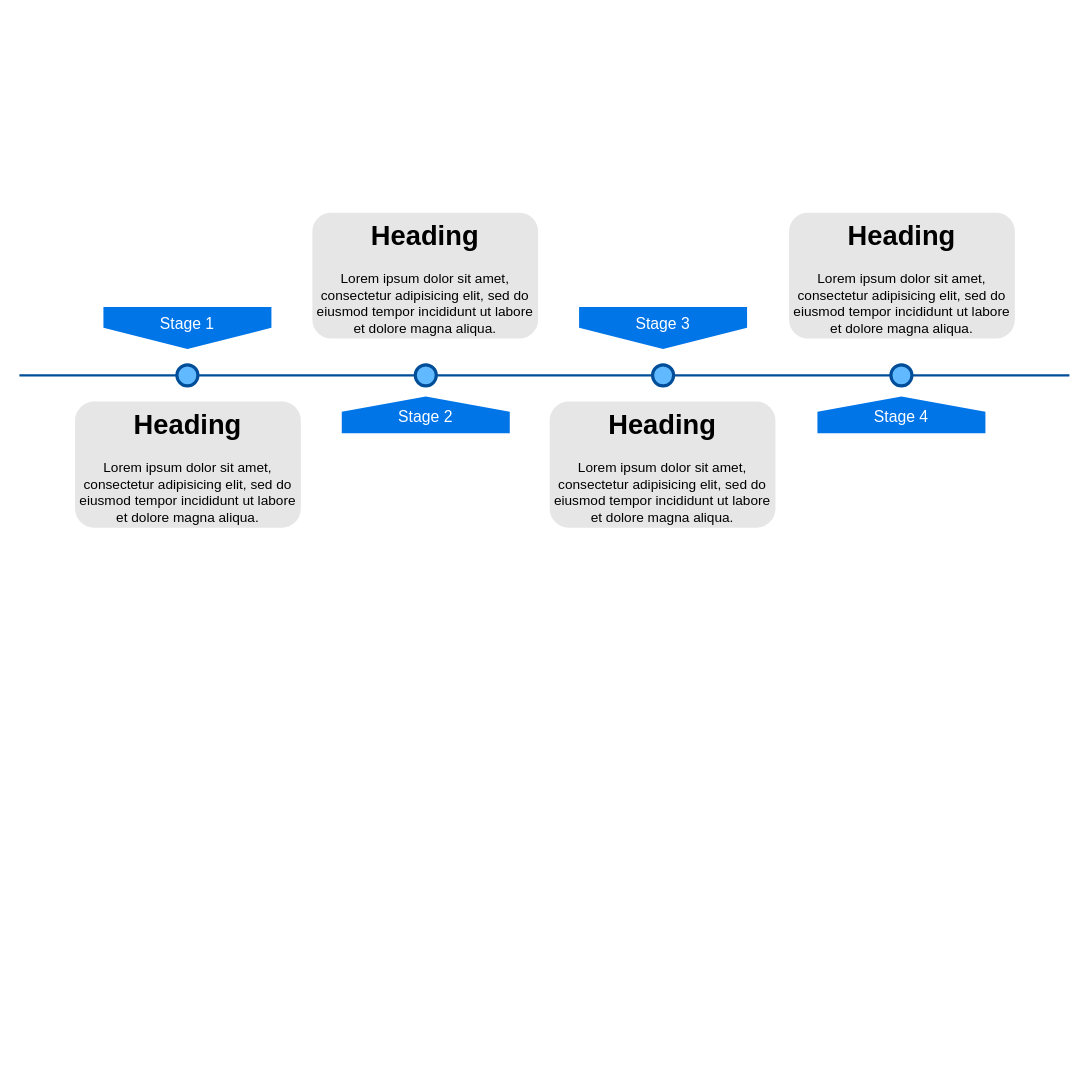
Above: Untitled Diagram.drawio in sangbk1997/Thiet_ke_he_thong (draw.io), before the change. Source tidied: cells renumbered, new cells numbered last; positions are measured from the earlier drawing's top-left corner, leaving out a move shared by most shapes. Both pictures are drawn from the tidied source at 105%, with x=0, y=0 at pixel (19, 212).
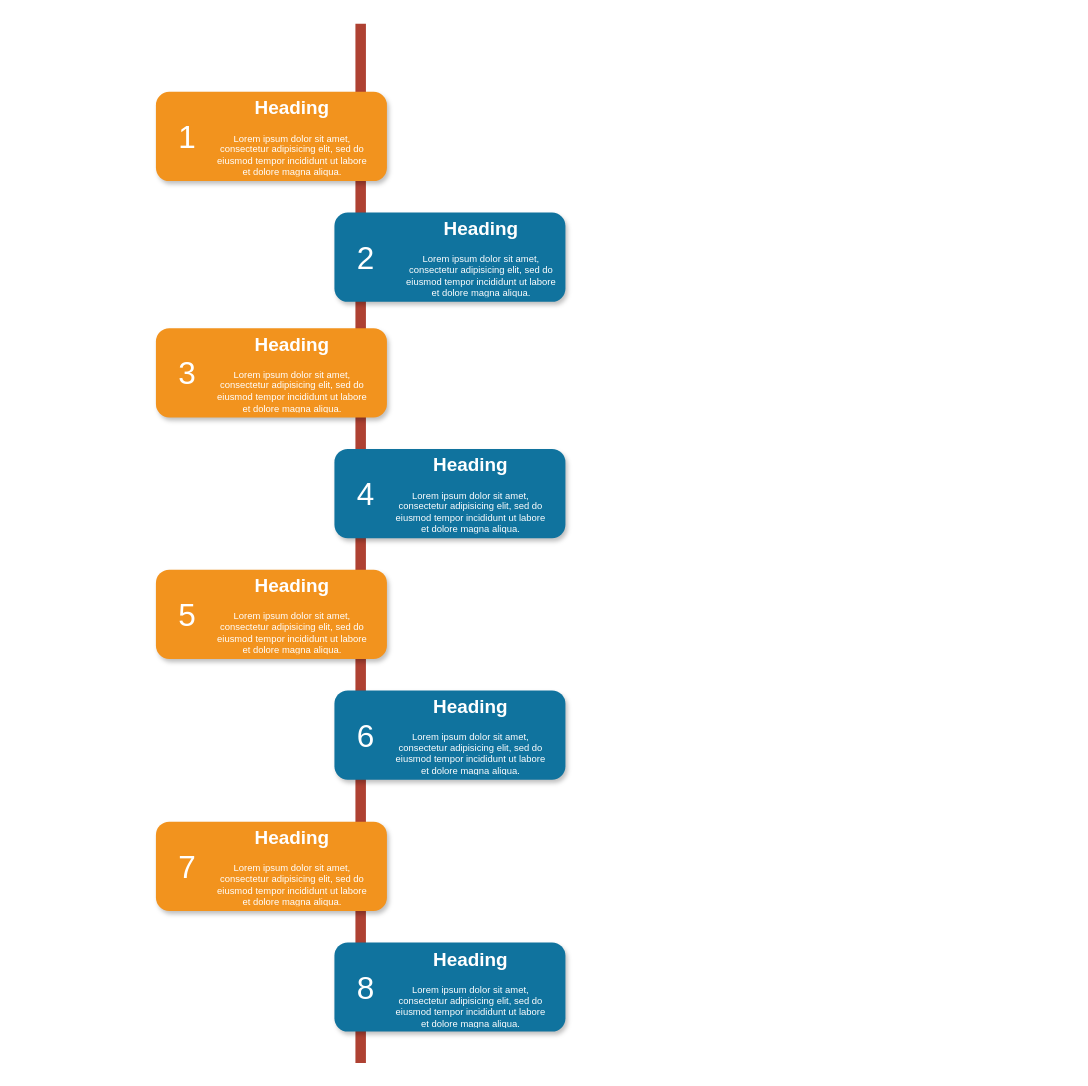
The same diagram, later.

Change to the diagram source:
```diff
@@
-    <mxCell id="2" style="line;strokeWidth=2;html=1;fillColor=none;fontSize=28;fontColor=#004D99;strokeColor=#004D99;" parent="1" vertex="1">
-      <mxGeometry y="150" width="1000" height="10" as="geometry" />
-    </mxCell>
-    <mxCell id="3" value="Stage 1" style="shape=offPageConnector;whiteSpace=wrap;html=1;fillColor=#0075E8;fontSize=15;fontColor=#FFFFFF;size=0.5093750000000015;verticalAlign=top;strokeColor=none;" parent="1" vertex="1">
-      <mxGeometry x="80" y="90" width="160" height="40" as="geometry" />
-    </mxCell>
-    <mxCell id="4" value="&lt;span&gt;Stage 3&lt;/span&gt;" style="shape=offPageConnector;whiteSpace=wrap;html=1;fillColor=#0075E8;fontSize=15;fontColor=#FFFFFF;size=0.5093750000000015;verticalAlign=top;strokeColor=none;" parent="1" vertex="1">
-      <mxGeometry x="533" y="90" width="160" height="40" as="geometry" />
-    </mxCell>
-    <mxCell id="5" value="&lt;span&gt;Stage 2&lt;/span&gt;" style="shape=offPageConnector;whiteSpace=wrap;html=1;fillColor=#0075E8;fontSize=15;fontColor=#FFFFFF;size=0.4178571428571445;flipV=1;verticalAlign=bottom;strokeColor=none;spacingBottom=4;" parent="1" vertex="1">
-      <mxGeometry x="307" y="175" width="160" height="35" as="geometry" />
-    </mxCell>
-    <mxCell id="6" value="&lt;span&gt;Stage 4&lt;/span&gt;" style="shape=offPageConnector;whiteSpace=wrap;html=1;fillColor=#0075E8;fontSize=15;fontColor=#FFFFFF;size=0.4178571428571445;flipV=1;verticalAlign=bottom;strokeColor=none;spacingBottom=4;" parent="1" vertex="1">
-      <mxGeometry x="760" y="175" width="160" height="35" as="geometry" />
-    </mxCell>
-    <mxCell id="7" style="ellipse;whiteSpace=wrap;html=1;fillColor=#61BAFF;fontSize=28;fontColor=#004D99;strokeWidth=3;strokeColor=#004D99;" parent="1" vertex="1">
-      <mxGeometry x="150" y="145" width="20" height="20" as="geometry" />
-    </mxCell>
-    <mxCell id="8" style="ellipse;whiteSpace=wrap;html=1;fillColor=#61BAFF;fontSize=28;fontColor=#004D99;strokeWidth=3;strokeColor=#004D99;" parent="1" vertex="1">
-      <mxGeometry x="377" y="145" width="20" height="20" as="geometry" />
-    </mxCell>
-    <mxCell id="9" style="ellipse;whiteSpace=wrap;html=1;fillColor=#61BAFF;fontSize=28;fontColor=#004D99;strokeWidth=3;strokeColor=#004D99;" parent="1" vertex="1">
-      <mxGeometry x="603" y="145" width="20" height="20" as="geometry" />
-    </mxCell>
-    <mxCell id="10" style="ellipse;whiteSpace=wrap;html=1;fillColor=#61BAFF;fontSize=28;fontColor=#004D99;strokeWidth=3;strokeColor=#004D99;" parent="1" vertex="1">
-      <mxGeometry x="830" y="145" width="20" height="20" as="geometry" />
-    </mxCell>
-    <mxCell id="11" value="&lt;h1&gt;Heading&lt;/h1&gt;&lt;p&gt;Lorem ipsum dolor sit amet, consectetur adipisicing elit, sed do eiusmod tempor incididunt ut labore et dolore magna aliqua.&lt;/p&gt;" style="text;html=1;spacing=5;spacingTop=-20;whiteSpace=wrap;overflow=hidden;strokeColor=none;strokeWidth=3;fillColor=#E6E6E6;fontSize=13;fontColor=#000000;align=center;rounded=1;" parent="1" vertex="1">
-      <mxGeometry x="53" y="180" width="215" height="120" as="geometry" />
-    </mxCell>
-    <mxCell id="12" value="&lt;h1&gt;Heading&lt;/h1&gt;&lt;p&gt;Lorem ipsum dolor sit amet, consectetur adipisicing elit, sed do eiusmod tempor incididunt ut labore et dolore magna aliqua.&lt;/p&gt;" style="text;html=1;spacing=5;spacingTop=-20;whiteSpace=wrap;overflow=hidden;strokeColor=none;strokeWidth=3;fillColor=#E6E6E6;fontSize=13;fontColor=#000000;align=center;rounded=1;" parent="1" vertex="1">
-      <mxGeometry x="279" width="215" height="120" as="geometry" />
-    </mxCell>
-    <mxCell id="13" value="&lt;h1&gt;Heading&lt;/h1&gt;&lt;p&gt;Lorem ipsum dolor sit amet, consectetur adipisicing elit, sed do eiusmod tempor incididunt ut labore et dolore magna aliqua.&lt;/p&gt;" style="text;html=1;spacing=5;spacingTop=-20;whiteSpace=wrap;overflow=hidden;strokeColor=none;strokeWidth=3;fillColor=#E6E6E6;fontSize=13;fontColor=#000000;align=center;rounded=1;" parent="1" vertex="1">
-      <mxGeometry x="505" y="180" width="215" height="120" as="geometry" />
-    </mxCell>
-    <mxCell id="14" value="&lt;h1&gt;Heading&lt;/h1&gt;&lt;p&gt;Lorem ipsum dolor sit amet, consectetur adipisicing elit, sed do eiusmod tempor incididunt ut labore et dolore magna aliqua.&lt;/p&gt;" style="text;html=1;spacing=5;spacingTop=-20;whiteSpace=wrap;overflow=hidden;strokeColor=none;strokeWidth=3;fillColor=#E6E6E6;fontSize=13;fontColor=#000000;align=center;rounded=1;" parent="1" vertex="1">
-      <mxGeometry x="733" width="215" height="120" as="geometry" />
-    </mxCell>
+    <mxCell id="15" style="line;strokeWidth=10;direction=south;html=1;fillColor=none;fontSize=13;fontColor=#000000;align=center;strokeColor=#AE4132;" parent="1" vertex="1">
+      <mxGeometry x="320" y="-180" width="10" height="990" as="geometry" />
+    </mxCell>
+    <mxCell id="16" style="rounded=1;whiteSpace=wrap;html=1;strokeColor=none;strokeWidth=1;fillColor=#F2931E;fontSize=13;fontColor=#FFFFFF;align=center;gradientColor=none;gradientDirection=east;verticalAlign=top;shadow=1;" parent="1" vertex="1">
+      <mxGeometry x="130" y="-115" width="220" height="85" as="geometry" />
+    </mxCell>
+    <mxCell id="17" value="1" style="text;html=1;strokeColor=none;fillColor=none;align=center;verticalAlign=middle;whiteSpace=wrap;fontSize=30;fontColor=#FFFFFF;" parent="1" vertex="1">
+      <mxGeometry x="140" y="-82" width="40" height="20" as="geometry" />
+    </mxCell>
+    <mxCell id="18" style="rounded=1;whiteSpace=wrap;html=1;strokeColor=none;strokeWidth=1;fillColor=#10739E;fontSize=13;fontColor=#FFFFFF;align=center;gradientColor=none;gradientDirection=east;verticalAlign=top;shadow=1;" parent="1" vertex="1">
+      <mxGeometry x="300" width="220" height="85" as="geometry" />
+    </mxCell>
+    <mxCell id="19" value="2" style="text;html=1;strokeColor=none;fillColor=none;align=center;verticalAlign=middle;whiteSpace=wrap;fontSize=30;fontColor=#FFFFFF;" parent="1" vertex="1">
+      <mxGeometry x="310" y="33" width="40" height="20" as="geometry" />
+    </mxCell>
+    <mxCell id="20" style="rounded=1;whiteSpace=wrap;html=1;strokeColor=none;strokeWidth=1;fillColor=#F2931E;fontSize=13;fontColor=#FFFFFF;align=center;gradientColor=none;gradientDirection=east;verticalAlign=top;shadow=1;" parent="1" vertex="1">
+      <mxGeometry x="130" y="110" width="220" height="85" as="geometry" />
+    </mxCell>
+    <mxCell id="21" value="3" style="text;html=1;strokeColor=none;fillColor=none;align=center;verticalAlign=middle;whiteSpace=wrap;fontSize=30;fontColor=#FFFFFF;" parent="1" vertex="1">
+      <mxGeometry x="140" y="143" width="40" height="20" as="geometry" />
+    </mxCell>
+    <mxCell id="22" style="rounded=1;whiteSpace=wrap;html=1;strokeColor=none;strokeWidth=1;fillColor=#10739E;fontSize=13;fontColor=#FFFFFF;align=center;gradientColor=none;gradientDirection=east;verticalAlign=top;shadow=1;" parent="1" vertex="1">
+      <mxGeometry x="300" y="225" width="220" height="85" as="geometry" />
+    </mxCell>
+    <mxCell id="23" value="4" style="text;html=1;strokeColor=none;fillColor=none;align=center;verticalAlign=middle;whiteSpace=wrap;fontSize=30;fontColor=#FFFFFF;" parent="1" vertex="1">
+      <mxGeometry x="310" y="258" width="40" height="20" as="geometry" />
+    </mxCell>
+    <mxCell id="24" style="rounded=1;whiteSpace=wrap;html=1;strokeColor=none;strokeWidth=1;fillColor=#F2931E;fontSize=13;fontColor=#FFFFFF;align=center;gradientColor=none;gradientDirection=east;verticalAlign=top;shadow=1;" parent="1" vertex="1">
+      <mxGeometry x="130" y="340" width="220" height="85" as="geometry" />
+    </mxCell>
+    <mxCell id="25" value="5" style="text;html=1;strokeColor=none;fillColor=none;align=center;verticalAlign=middle;whiteSpace=wrap;fontSize=30;fontColor=#FFFFFF;" parent="1" vertex="1">
+      <mxGeometry x="140" y="373" width="40" height="20" as="geometry" />
+    </mxCell>
+    <mxCell id="26" style="rounded=1;whiteSpace=wrap;html=1;strokeColor=none;strokeWidth=1;fillColor=#10739E;fontSize=13;fontColor=#FFFFFF;align=center;gradientColor=none;gradientDirection=east;verticalAlign=top;shadow=1;" parent="1" vertex="1">
+      <mxGeometry x="300" y="455" width="220" height="85" as="geometry" />
+    </mxCell>
+    <mxCell id="27" value="6" style="text;html=1;strokeColor=none;fillColor=none;align=center;verticalAlign=middle;whiteSpace=wrap;fontSize=30;fontColor=#FFFFFF;" parent="1" vertex="1">
+      <mxGeometry x="310" y="488" width="40" height="20" as="geometry" />
+    </mxCell>
+    <mxCell id="28" style="rounded=1;whiteSpace=wrap;html=1;strokeColor=none;strokeWidth=1;fillColor=#F2931E;fontSize=13;fontColor=#FFFFFF;align=center;gradientColor=none;gradientDirection=east;verticalAlign=top;shadow=1;" parent="1" vertex="1">
+      <mxGeometry x="130" y="580" width="220" height="85" as="geometry" />
+    </mxCell>
+    <mxCell id="29" value="7" style="text;html=1;strokeColor=none;fillColor=none;align=center;verticalAlign=middle;whiteSpace=wrap;fontSize=30;fontColor=#FFFFFF;" parent="1" vertex="1">
+      <mxGeometry x="140" y="613" width="40" height="20" as="geometry" />
+    </mxCell>
+    <mxCell id="30" style="rounded=1;whiteSpace=wrap;html=1;strokeColor=none;strokeWidth=1;fillColor=#10739E;fontSize=13;fontColor=#FFFFFF;align=center;gradientColor=none;gradientDirection=east;verticalAlign=top;shadow=1;" parent="1" vertex="1">
+      <mxGeometry x="300" y="695" width="220" height="85" as="geometry" />
+    </mxCell>
+    <mxCell id="31" value="8" style="text;html=1;strokeColor=none;fillColor=none;align=center;verticalAlign=middle;whiteSpace=wrap;fontSize=30;fontColor=#FFFFFF;" parent="1" vertex="1">
+      <mxGeometry x="310" y="728" width="40" height="20" as="geometry" />
+    </mxCell>
+    <mxCell id="32" value="&lt;h1&gt;Heading&lt;/h1&gt;&lt;p&gt;Lorem ipsum dolor sit amet, consectetur adipisicing elit, sed do eiusmod tempor incididunt ut labore et dolore magna aliqua.&lt;/p&gt;" style="text;html=1;spacing=5;spacingTop=-20;whiteSpace=wrap;overflow=hidden;strokeColor=none;strokeWidth=4;fillColor=none;gradientColor=#007FFF;fontSize=9;fontColor=#FFFFFF;align=center;" parent="1" vertex="1">
+      <mxGeometry x="180" y="-111" width="160" height="77" as="geometry" />
+    </mxCell>
+    <mxCell id="33" value="&lt;h1&gt;Heading&lt;/h1&gt;&lt;p&gt;Lorem ipsum dolor sit amet, consectetur adipisicing elit, sed do eiusmod tempor incididunt ut labore et dolore magna aliqua.&lt;/p&gt;" style="text;html=1;spacing=5;spacingTop=-20;whiteSpace=wrap;overflow=hidden;strokeColor=none;strokeWidth=4;fillColor=none;gradientColor=#007FFF;fontSize=9;fontColor=#FFFFFF;align=center;" parent="1" vertex="1">
+      <mxGeometry x="360" y="4" width="160" height="77" as="geometry" />
+    </mxCell>
+    <mxCell id="34" value="&lt;h1&gt;Heading&lt;/h1&gt;&lt;p&gt;Lorem ipsum dolor sit amet, consectetur adipisicing elit, sed do eiusmod tempor incididunt ut labore et dolore magna aliqua.&lt;/p&gt;" style="text;html=1;spacing=5;spacingTop=-20;whiteSpace=wrap;overflow=hidden;strokeColor=none;strokeWidth=4;fillColor=none;gradientColor=#007FFF;fontSize=9;fontColor=#FFFFFF;align=center;" parent="1" vertex="1">
+      <mxGeometry x="180" y="114" width="160" height="77" as="geometry" />
+    </mxCell>
+    <mxCell id="35" value="&lt;h1&gt;Heading&lt;/h1&gt;&lt;p&gt;Lorem ipsum dolor sit amet, consectetur adipisicing elit, sed do eiusmod tempor incididunt ut labore et dolore magna aliqua.&lt;/p&gt;" style="text;html=1;spacing=5;spacingTop=-20;whiteSpace=wrap;overflow=hidden;strokeColor=none;strokeWidth=4;fillColor=none;gradientColor=#007FFF;fontSize=9;fontColor=#FFFFFF;align=center;" parent="1" vertex="1">
+      <mxGeometry x="350" y="229" width="160" height="77" as="geometry" />
+    </mxCell>
+    <mxCell id="36" value="&lt;h1&gt;Heading&lt;/h1&gt;&lt;p&gt;Lorem ipsum dolor sit amet, consectetur adipisicing elit, sed do eiusmod tempor incididunt ut labore et dolore magna aliqua.&lt;/p&gt;" style="text;html=1;spacing=5;spacingTop=-20;whiteSpace=wrap;overflow=hidden;strokeColor=none;strokeWidth=4;fillColor=none;gradientColor=#007FFF;fontSize=9;fontColor=#FFFFFF;align=center;" parent="1" vertex="1">
+      <mxGeometry x="180" y="344" width="160" height="77" as="geometry" />
+    </mxCell>
+    <mxCell id="37" value="&lt;h1&gt;Heading&lt;/h1&gt;&lt;p&gt;Lorem ipsum dolor sit amet, consectetur adipisicing elit, sed do eiusmod tempor incididunt ut labore et dolore magna aliqua.&lt;/p&gt;" style="text;html=1;spacing=5;spacingTop=-20;whiteSpace=wrap;overflow=hidden;strokeColor=none;strokeWidth=4;fillColor=none;gradientColor=#007FFF;fontSize=9;fontColor=#FFFFFF;align=center;" parent="1" vertex="1">
+      <mxGeometry x="350" y="459" width="160" height="77" as="geometry" />
+    </mxCell>
+    <mxCell id="38" value="&lt;h1&gt;Heading&lt;/h1&gt;&lt;p&gt;Lorem ipsum dolor sit amet, consectetur adipisicing elit, sed do eiusmod tempor incididunt ut labore et dolore magna aliqua.&lt;/p&gt;" style="text;html=1;spacing=5;spacingTop=-20;whiteSpace=wrap;overflow=hidden;strokeColor=none;strokeWidth=4;fillColor=none;gradientColor=#007FFF;fontSize=9;fontColor=#FFFFFF;align=center;" parent="1" vertex="1">
+      <mxGeometry x="180" y="584" width="160" height="77" as="geometry" />
+    </mxCell>
+    <mxCell id="39" value="&lt;h1&gt;Heading&lt;/h1&gt;&lt;p&gt;Lorem ipsum dolor sit amet, consectetur adipisicing elit, sed do eiusmod tempor incididunt ut labore et dolore magna aliqua.&lt;/p&gt;" style="text;html=1;spacing=5;spacingTop=-20;whiteSpace=wrap;overflow=hidden;strokeColor=none;strokeWidth=4;fillColor=none;gradientColor=#007FFF;fontSize=9;fontColor=#FFFFFF;align=center;" parent="1" vertex="1">
+      <mxGeometry x="350" y="700" width="160" height="77" as="geometry" />
+    </mxCell>
```
